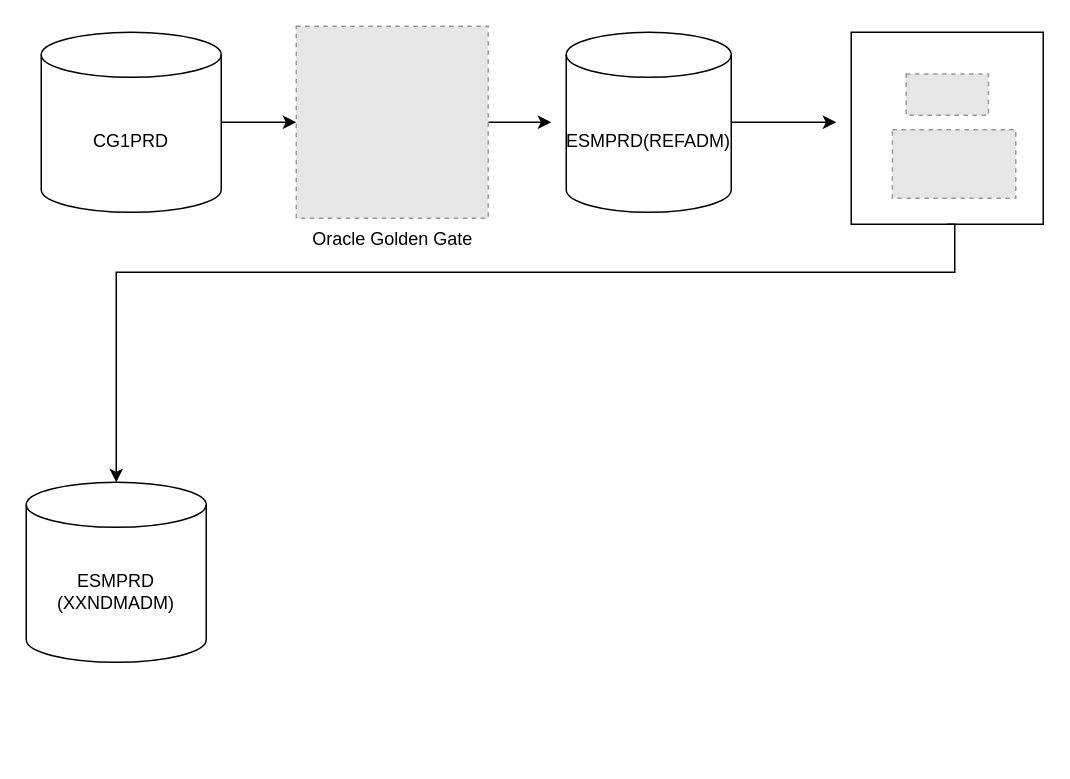
trajivk/hello-world keeps this draw.io diagram as Untitled Diagram.drawio. Above is the earlier version. Source tidied: cells renumbered, new cells numbered last; positions are measured from the earlier drawing's top-left corner, leaving out a move shared by most shapes. Both pictures are drawn from the tidied source at 150%, with x=0, y=0 at pixel (26, 26). Pictures stored in the file or linked from it are replaced by grey dashed boxes.
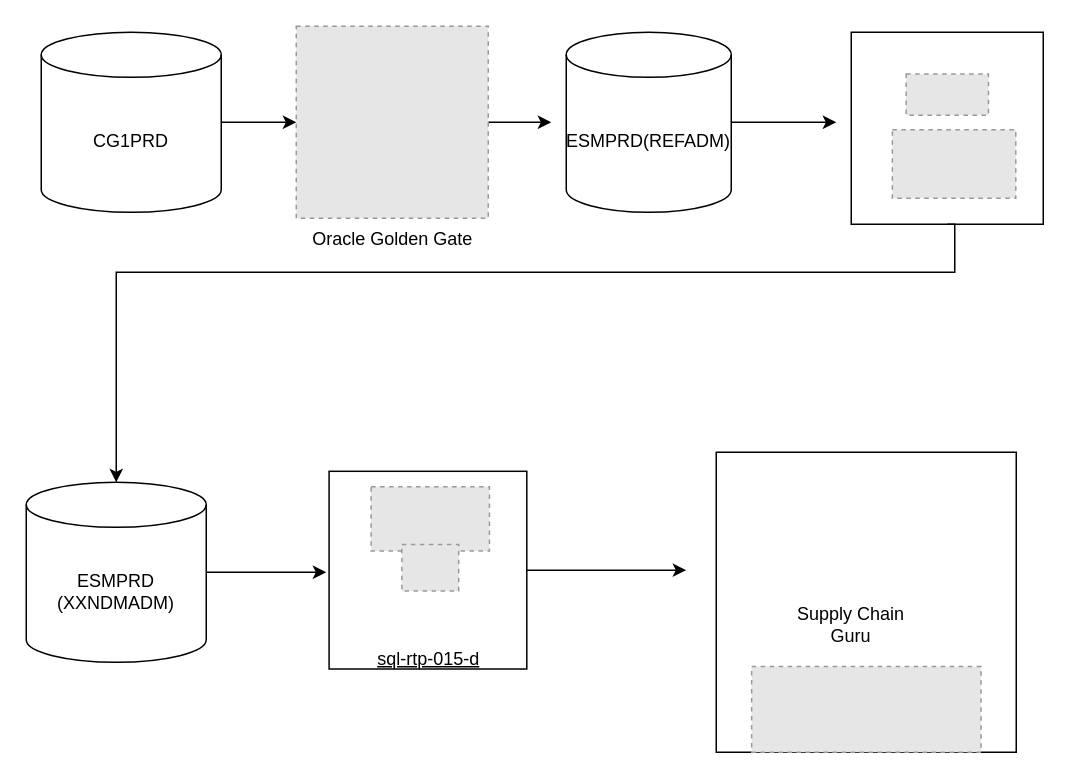
The same diagram, later.

The change refers to these unchanged cells:
```xml
<mxCell id="12" value="&lt;div&gt;ESMPRD&lt;/div&gt;&lt;div&gt;(XXNDMADM)&lt;/div&gt;" style="shape=cylinder3;whiteSpace=wrap;html=1;boundedLbl=1;backgroundOutline=1;size=15;" parent="1" vertex="1">
  <mxGeometry y="304" width="120" height="120" as="geometry" />
</mxCell>
```

Diff of the diagram source:
```diff
@@
+    <mxCell id="14" style="edgeStyle=orthogonalEdgeStyle;rounded=0;jettySize=auto;html=1;" parent="1" edge="1" source="12">
+      <mxGeometry relative="1" as="geometry">
+        <mxPoint x="200" y="364" as="targetPoint" />
+      </mxGeometry>
+    </mxCell>
@@
+    <mxCell id="15" style="group;" parent="1" vertex="1">
+      <mxGeometry x="198.8" y="297" width="141.2" height="150.3" as="geometry" />
+    </mxCell>
+    <mxCell id="16" style="edgeStyle=orthogonalEdgeStyle;rounded=0;jettySize=auto;html=1;" parent="15" edge="1" source="17">
+      <mxGeometry relative="1" as="geometry">
+        <mxPoint x="241.2" y="65.6" as="targetPoint" />
+      </mxGeometry>
+    </mxCell>
+    <mxCell id="17" style="whiteSpace=wrap;html=1;" parent="15" vertex="1">
+      <mxGeometry x="3.1" y="-0.3" width="131.8" height="131.8" as="geometry" />
+    </mxCell>
+    <mxCell id="18" style="fillColor=#E6E6E6;strokeColor=#999999;dashed=1;verticalLabelPosition=bottom;labelBackgroundColor=default;verticalAlign=top;" parent="15" vertex="1">
+      <mxGeometry x="31.1" y="10" width="78.9" height="42.8" as="geometry" />
+    </mxCell>
+    <mxCell id="19" style="fillColor=#E6E6E6;strokeColor=#999999;dashed=1;verticalLabelPosition=bottom;labelBackgroundColor=default;verticalAlign=top;" parent="15" vertex="1">
+      <mxGeometry x="51.6" y="48.5" width="37.9" height="31" as="geometry" />
+    </mxCell>
+    <mxCell id="20" value="&lt;u style=&quot;text-underline:single&quot;&gt;sql-rtp-015-d&lt;/u&gt;" style="text;html=1;strokeColor=none;fillColor=none;align=center;verticalAlign=middle;whiteSpace=wrap;rounded=0;" parent="15" vertex="1">
+      <mxGeometry x="33.7" y="110" width="70.7" height="30" as="geometry" />
+    </mxCell>
+    <mxCell id="21" style="fillColor=#E6E6E6;strokeColor=#999999;dashed=1;verticalLabelPosition=bottom;labelBackgroundColor=default;verticalAlign=top;" parent="1" vertex="1">
+      <mxGeometry x="470" y="304" width="168.8" height="83.6" as="geometry" />
+    </mxCell>
+    <mxCell id="22" style="group;" parent="1" vertex="1">
+      <mxGeometry x="460" y="284" width="200" height="200" as="geometry" />
+    </mxCell>
+    <mxCell id="23" style="whiteSpace=wrap;html=1;" parent="22" vertex="1">
+      <mxGeometry width="200" height="200" as="geometry" />
+    </mxCell>
+    <mxCell id="24" style="fillColor=#E6E6E6;strokeColor=#999999;dashed=1;verticalLabelPosition=bottom;labelBackgroundColor=default;verticalAlign=top;" parent="22" vertex="1">
+      <mxGeometry x="23.6" y="142.9" width="152.9" height="57.1" as="geometry" />
+    </mxCell>
+    <mxCell id="25" value="Supply Chain Guru" style="text;html=1;strokeColor=none;fillColor=none;align=center;verticalAlign=middle;whiteSpace=wrap;rounded=0;" parent="22" vertex="1">
+      <mxGeometry x="40" y="100" width="100" height="30" as="geometry" />
+    </mxCell>
```
